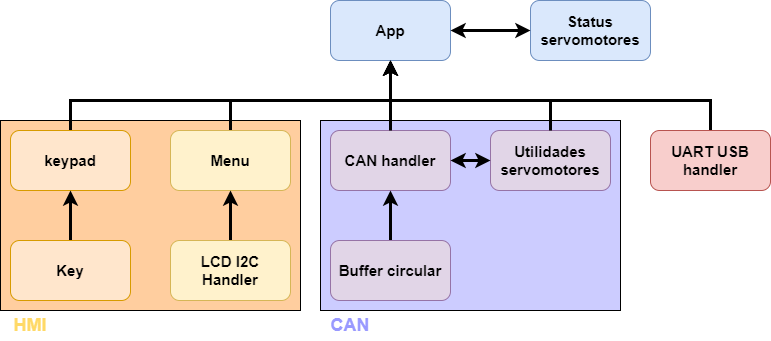
This is Figures/arquitectura_software.png from jorgetrumbel/Plantilla-memoria, a draw.io export, as it was before one commit. Source tidied: cells renumbered, new cells last; positions are measured from the earlier drawing's top-left corner, leaving out a move shared by most shapes. Its diagram source:
```xml
<mxGraphModel>
  <root>
    <mxCell id="0" />
    <mxCell id="1" parent="0" />
    <mxCell id="2" style="rounded=0;whiteSpace=wrap;html=1;fillColor=#CCCCFF;" parent="1" vertex="1">
      <mxGeometry x="320" y="120" width="300" height="190" as="geometry" />
    </mxCell>
    <mxCell id="3" style="rounded=0;whiteSpace=wrap;html=1;fillColor=#FFCE9F;" parent="1" vertex="1">
      <mxGeometry y="120" width="300" height="190" as="geometry" />
    </mxCell>
    <mxCell id="4" value="App" style="rounded=1;whiteSpace=wrap;html=1;fillColor=#dae8fc;strokeColor=#6c8ebf;fontSize=15;fontStyle=1;" parent="1" vertex="1">
      <mxGeometry x="330" width="120" height="60" as="geometry" />
    </mxCell>
    <mxCell id="5" value="Status servomotores" style="rounded=1;whiteSpace=wrap;html=1;fillColor=#dae8fc;strokeColor=#6c8ebf;fontSize=15;fontStyle=1;" parent="1" vertex="1">
      <mxGeometry x="530" width="120" height="60" as="geometry" />
    </mxCell>
    <mxCell id="6" style="endArrow=classic;startArrow=classic;html=1;rounded=0;exitX=1;exitY=0.5;exitDx=0;exitDy=0;entryX=0;entryY=0.5;entryDx=0;entryDy=0;fontSize=11;strokeWidth=3;" parent="1" edge="1" source="4" target="5">
      <mxGeometry relative="1" as="geometry" />
    </mxCell>
    <mxCell id="7" style="edgeStyle=orthogonalEdgeStyle;rounded=0;jettySize=auto;html=1;exitX=0.5;exitY=0;exitDx=0;exitDy=0;entryX=0.5;entryY=1;entryDx=0;entryDy=0;fontSize=11;strokeWidth=3;" parent="1" edge="1" source="8" target="4">
      <mxGeometry relative="1" as="geometry">
        <Array as="points">
          <mxPoint x="230" y="100" />
          <mxPoint x="390" y="100" />
        </Array>
      </mxGeometry>
    </mxCell>
    <mxCell id="8" value="Menu" style="rounded=1;whiteSpace=wrap;html=1;fillColor=#fff2cc;strokeColor=#d6b656;fontSize=15;fontStyle=1;" parent="1" vertex="1">
      <mxGeometry x="170" y="130" width="120" height="60" as="geometry" />
    </mxCell>
    <mxCell id="9" value="CAN handler" style="rounded=1;whiteSpace=wrap;html=1;fillColor=#e1d5e7;strokeColor=#9673a6;fontSize=15;fontStyle=1;" parent="1" vertex="1">
      <mxGeometry x="330" y="130" width="120" height="60" as="geometry" />
    </mxCell>
    <mxCell id="10" value="Utilidades servomotores" style="rounded=1;whiteSpace=wrap;html=1;fillColor=#e1d5e7;strokeColor=#9673a6;fontSize=15;fontStyle=1;" parent="1" vertex="1">
      <mxGeometry x="490" y="130" width="120" height="60" as="geometry" />
    </mxCell>
    <mxCell id="11" style="edgeStyle=orthogonalEdgeStyle;rounded=0;jettySize=auto;html=1;exitX=0.5;exitY=0;exitDx=0;exitDy=0;entryX=0.5;entryY=1;entryDx=0;entryDy=0;fontSize=11;strokeWidth=3;" parent="1" edge="1" source="12" target="4">
      <mxGeometry relative="1" as="geometry">
        <Array as="points">
          <mxPoint x="70" y="100" />
          <mxPoint x="390" y="100" />
        </Array>
      </mxGeometry>
    </mxCell>
    <mxCell id="12" value="keypad" style="rounded=1;whiteSpace=wrap;html=1;fillColor=#ffe6cc;strokeColor=#d79b00;fontSize=15;fontStyle=1;" parent="1" vertex="1">
      <mxGeometry x="10" y="130" width="120" height="60" as="geometry" />
    </mxCell>
    <mxCell id="13" style="edgeStyle=orthogonalEdgeStyle;rounded=0;jettySize=auto;html=1;exitX=0.5;exitY=0;exitDx=0;exitDy=0;entryX=0.5;entryY=1;entryDx=0;entryDy=0;fontSize=11;strokeWidth=3;" parent="1" edge="1" source="14" target="8">
      <mxGeometry relative="1" as="geometry" />
    </mxCell>
    <mxCell id="14" value="LCD I2C Handler" style="rounded=1;whiteSpace=wrap;html=1;fillColor=#fff2cc;strokeColor=#d6b656;fontSize=15;fontStyle=1;" parent="1" vertex="1">
      <mxGeometry x="170" y="240" width="120" height="60" as="geometry" />
    </mxCell>
    <mxCell id="15" style="edgeStyle=orthogonalEdgeStyle;rounded=0;jettySize=auto;html=1;exitX=0.5;exitY=0;exitDx=0;exitDy=0;entryX=0.5;entryY=1;entryDx=0;entryDy=0;fontSize=11;strokeWidth=3;" parent="1" edge="1" source="16" target="9">
      <mxGeometry relative="1" as="geometry" />
    </mxCell>
    <mxCell id="16" value="Buffer circular" style="rounded=1;whiteSpace=wrap;html=1;fillColor=#e1d5e7;strokeColor=#9673a6;fontSize=15;fontStyle=1;" parent="1" vertex="1">
      <mxGeometry x="330" y="240" width="120" height="60" as="geometry" />
    </mxCell>
    <mxCell id="17" style="edgeStyle=orthogonalEdgeStyle;rounded=0;jettySize=auto;html=1;exitX=0.5;exitY=0;exitDx=0;exitDy=0;entryX=0.5;entryY=1;entryDx=0;entryDy=0;fontSize=11;strokeWidth=3;" parent="1" edge="1" source="18" target="4">
      <mxGeometry relative="1" as="geometry">
        <Array as="points">
          <mxPoint x="710" y="100" />
          <mxPoint x="390" y="100" />
        </Array>
      </mxGeometry>
    </mxCell>
    <mxCell id="18" value="UART USB handler" style="rounded=1;whiteSpace=wrap;html=1;fillColor=#f8cecc;strokeColor=#b85450;fontSize=15;fontStyle=1;" parent="1" vertex="1">
      <mxGeometry x="650" y="130" width="120" height="60" as="geometry" />
    </mxCell>
    <mxCell id="19" style="edgeStyle=orthogonalEdgeStyle;rounded=0;jettySize=auto;html=1;exitX=0.5;exitY=0;exitDx=0;exitDy=0;entryX=0.5;entryY=1;entryDx=0;entryDy=0;fontSize=11;strokeWidth=3;" parent="1" edge="1" source="20" target="12">
      <mxGeometry relative="1" as="geometry" />
    </mxCell>
    <mxCell id="20" value="Key" style="rounded=1;whiteSpace=wrap;html=1;fillColor=#ffe6cc;strokeColor=#d79b00;fontSize=15;fontStyle=1;" parent="1" vertex="1">
      <mxGeometry x="10" y="240" width="120" height="60" as="geometry" />
    </mxCell>
    <mxCell id="21" style="endArrow=classic;html=1;rounded=0;exitX=0.5;exitY=0;exitDx=0;exitDy=0;entryX=0.5;entryY=1;entryDx=0;entryDy=0;fontSize=11;strokeWidth=3;" parent="1" edge="1" source="9" target="4">
      <mxGeometry relative="1" as="geometry" />
    </mxCell>
    <mxCell id="22" style="endArrow=classic;startArrow=classic;html=1;rounded=0;exitX=1;exitY=0.5;exitDx=0;exitDy=0;entryX=0;entryY=0.5;entryDx=0;entryDy=0;fontSize=11;strokeWidth=3;" parent="1" edge="1" source="9" target="10">
      <mxGeometry relative="1" as="geometry" />
    </mxCell>
    <mxCell id="23" style="endArrow=classic;html=1;rounded=0;exitX=0.5;exitY=0;exitDx=0;exitDy=0;entryX=0.5;entryY=1;entryDx=0;entryDy=0;fontSize=11;strokeWidth=3;" parent="1" edge="1" source="10" target="4">
      <mxGeometry relative="1" as="geometry">
        <Array as="points">
          <mxPoint x="550" y="100" />
          <mxPoint x="390" y="100" />
        </Array>
      </mxGeometry>
    </mxCell>
    <mxCell id="24" value="&lt;font size=&quot;1&quot; color=&quot;#ffd966&quot;&gt;&lt;b style=&quot;font-size: 18px;&quot;&gt;HMI&lt;/b&gt;&lt;/font&gt;" style="text;html=1;strokeColor=none;fillColor=none;align=center;verticalAlign=middle;whiteSpace=wrap;rounded=0;fontSize=11;" parent="1" vertex="1">
      <mxGeometry y="310" width="60" height="30" as="geometry" />
    </mxCell>
    <mxCell id="25" value="&lt;font color=&quot;#9999ff&quot; size=&quot;1&quot;&gt;&lt;b style=&quot;font-size: 18px;&quot;&gt;CAN&lt;/b&gt;&lt;/font&gt;" style="text;html=1;strokeColor=none;fillColor=none;align=center;verticalAlign=middle;whiteSpace=wrap;rounded=0;fontSize=11;" parent="1" vertex="1">
      <mxGeometry x="320" y="310" width="60" height="30" as="geometry" />
    </mxCell>
  </root>
</mxGraphModel>
```
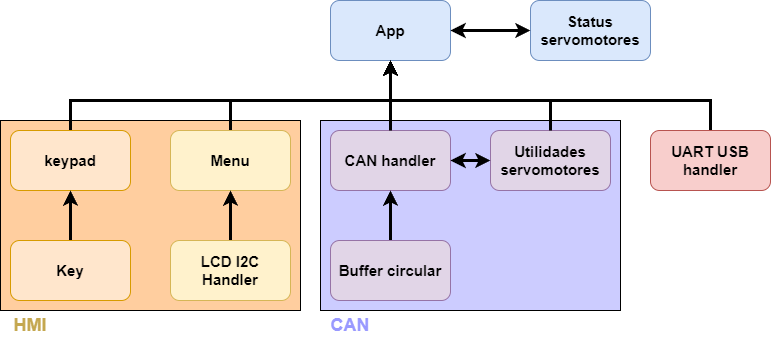
After the commit.

Change to the diagram source:
```diff
@@ -88,7 +88,7 @@
         </Array>
       </mxGeometry>
     </mxCell>
-    <mxCell id="24" value="&lt;font size=&quot;1&quot; color=&quot;#ffd966&quot;&gt;&lt;b style=&quot;font-size: 18px;&quot;&gt;HMI&lt;/b&gt;&lt;/font&gt;" style="text;html=1;strokeColor=none;fillColor=none;align=center;verticalAlign=middle;whiteSpace=wrap;rounded=0;fontSize=11;" parent="1" vertex="1">
+    <mxCell id="24" value="&lt;font color=&quot;#c4a74f&quot; size=&quot;1&quot;&gt;&lt;b style=&quot;font-size: 18px;&quot;&gt;HMI&lt;/b&gt;&lt;/font&gt;" style="text;html=1;strokeColor=none;fillColor=none;align=center;verticalAlign=middle;whiteSpace=wrap;rounded=0;fontSize=11;" parent="1" vertex="1">
       <mxGeometry y="310" width="60" height="30" as="geometry" />
     </mxCell>
     <mxCell id="25" value="&lt;font color=&quot;#9999ff&quot; size=&quot;1&quot;&gt;&lt;b style=&quot;font-size: 18px;&quot;&gt;CAN&lt;/b&gt;&lt;/font&gt;" style="text;html=1;strokeColor=none;fillColor=none;align=center;verticalAlign=middle;whiteSpace=wrap;rounded=0;fontSize=11;" parent="1" vertex="1">
```
